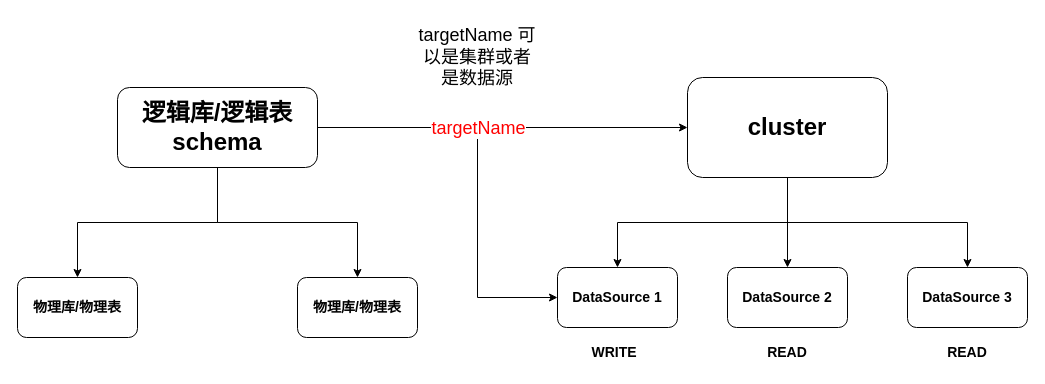
Before: DevX/mycat.drawio in GitHeP/diagrams, a draw.io diagram. Source tidied: cells renumbered, new cells numbered last; positions are measured from the earlier drawing's top-left corner, leaving out a move shared by most shapes. Both pictures are drawn from the tidied source at 100%, with x=0, y=0 at pixel (17, 17).
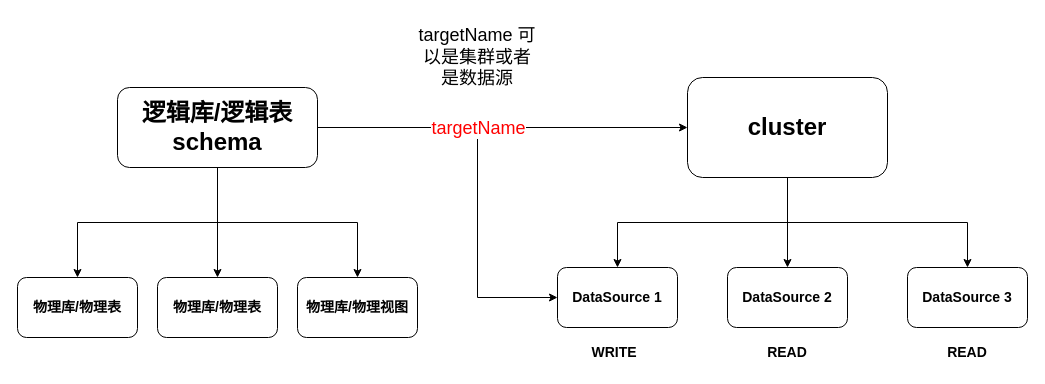
Above is the later version.

The change refers to these unchanged cells:
```xml
<mxCell id="17" value="&lt;font style=&quot;font-size: 24px;&quot;&gt;&lt;b&gt;逻辑库/逻辑表&lt;br&gt;schema&lt;br&gt;&lt;/b&gt;&lt;/font&gt;" style="rounded=1;whiteSpace=wrap;html=1;" parent="1" vertex="1">
  <mxGeometry x="100" y="70" width="200" height="80" as="geometry" />
</mxCell>
```

Change to the diagram source:
```diff
@@
+    <mxCell id="21" style="edgeStyle=orthogonalEdgeStyle;rounded=0;jettySize=auto;html=1;" parent="1" edge="1" source="17" target="22">
+      <mxGeometry relative="1" as="geometry" />
+    </mxCell>
@@
-    <mxCell id="19" value="&lt;b style=&quot;border-color: var(--border-color); font-size: 14px;&quot;&gt;物理库/物理表&lt;/b&gt;" style="rounded=1;whiteSpace=wrap;html=1;" parent="1" vertex="1">
+    <mxCell id="19" value="&lt;span style=&quot;font-size: 14px;&quot;&gt;&lt;b&gt;物理库/物理视图&lt;/b&gt;&lt;/span&gt;" style="rounded=1;whiteSpace=wrap;html=1;" parent="1" vertex="1">
       <mxGeometry x="280" y="260" width="120" height="60" as="geometry" />
     </mxCell>
@@
+    <mxCell id="22" value="&lt;font style=&quot;font-size: 14px;&quot;&gt;&lt;b&gt;物理库/物理表&lt;/b&gt;&lt;/font&gt;" style="rounded=1;whiteSpace=wrap;html=1;" parent="1" vertex="1">
+      <mxGeometry x="140" y="260" width="120" height="60" as="geometry" />
+    </mxCell>
```
